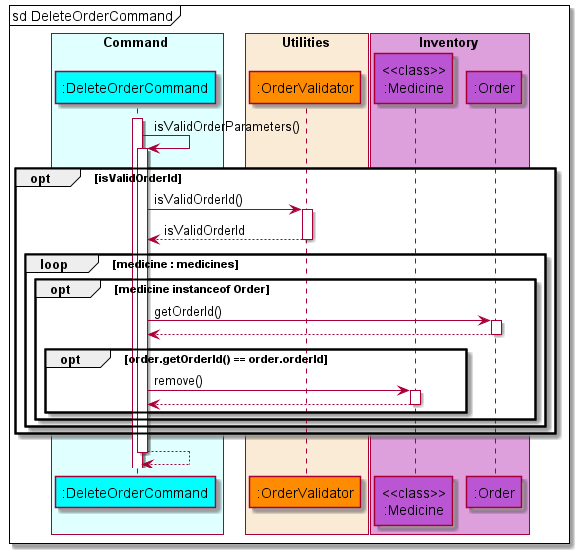
The PlantUML diagram docs/diagrams/diagram_images/DeleteOrderSequenceDiagram.png in nus-cs2113-AY2122S1/tp, before a commit.
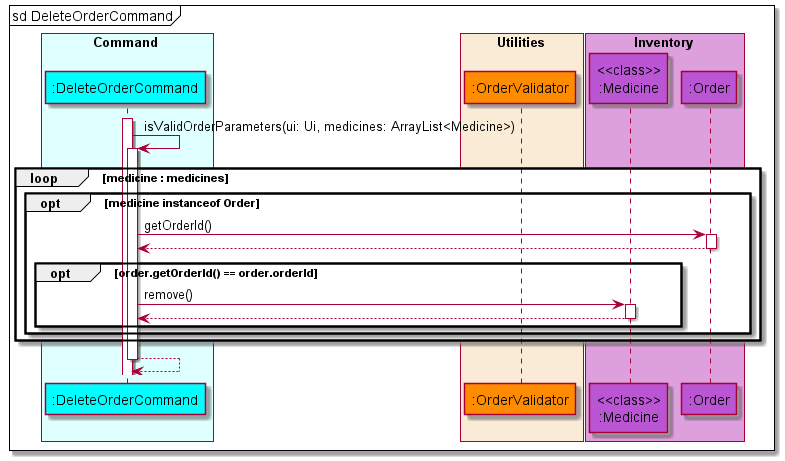
The same diagram one commit later.

The edit, as a diff of the source:
```diff
@@ -19,11 +19,10 @@
 mainframe sd DeleteOrderCommand
 activate deleteorder
 
-deleteorder -> deleteorder : isValidOrderParameters()
+deleteorder -> deleteorder : isValidOrderParameters(ui: Ui, medicines: ArrayList<Medicine>)
 
-    opt isValidOrderId
-    deleteorder -> ordervalidator : isValidOrderId()
-    deleteorder <-- ordervalidator : isValidOrderId
+
+
     loop medicine : medicines
     opt medicine instanceof Order
 
@@ -36,7 +35,7 @@
             end
         end
     end
-   end
+
 
 deleteorder --> deleteorder :
 
```
